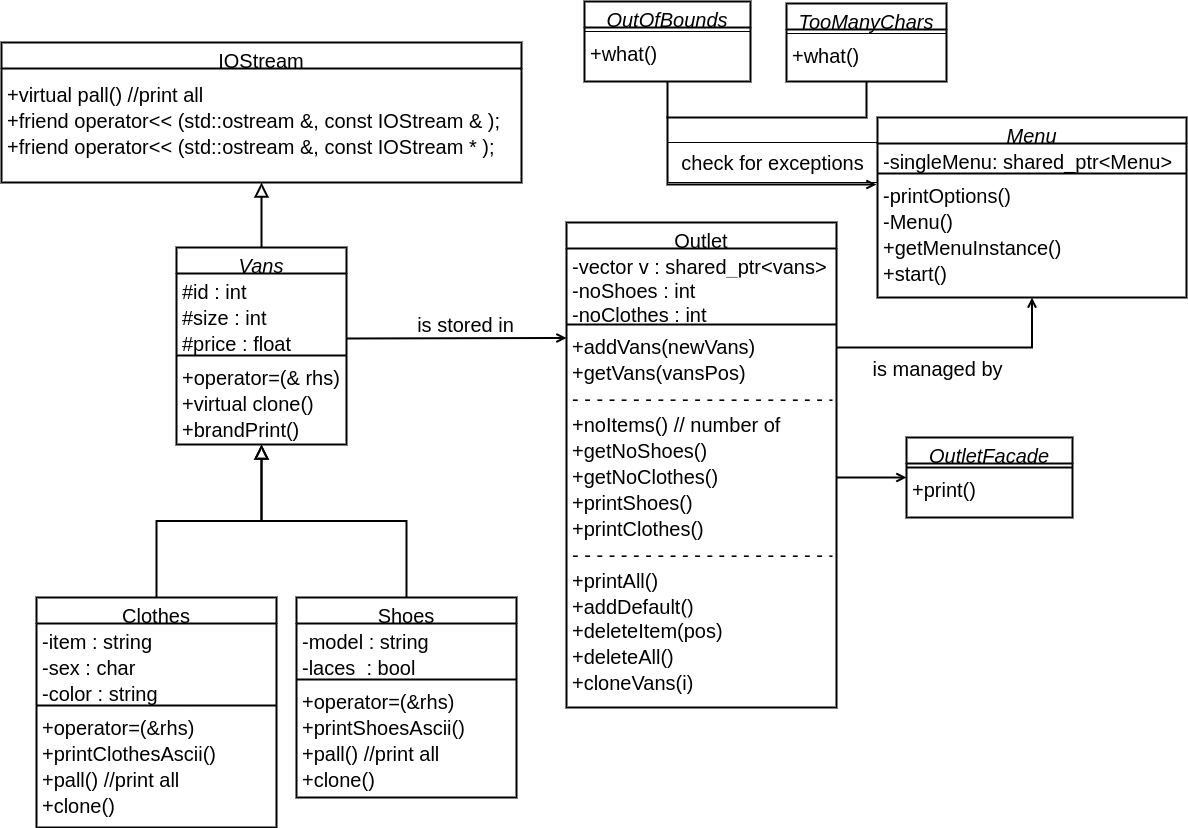
Above: UMLdiagram.drawio.png in mircea-mihail/vansing-OOP (draw.io), before the change. Source tidied: cells renumbered, new cells last; positions are measured from the earlier drawing's top-left corner, leaving out a move shared by most shapes.
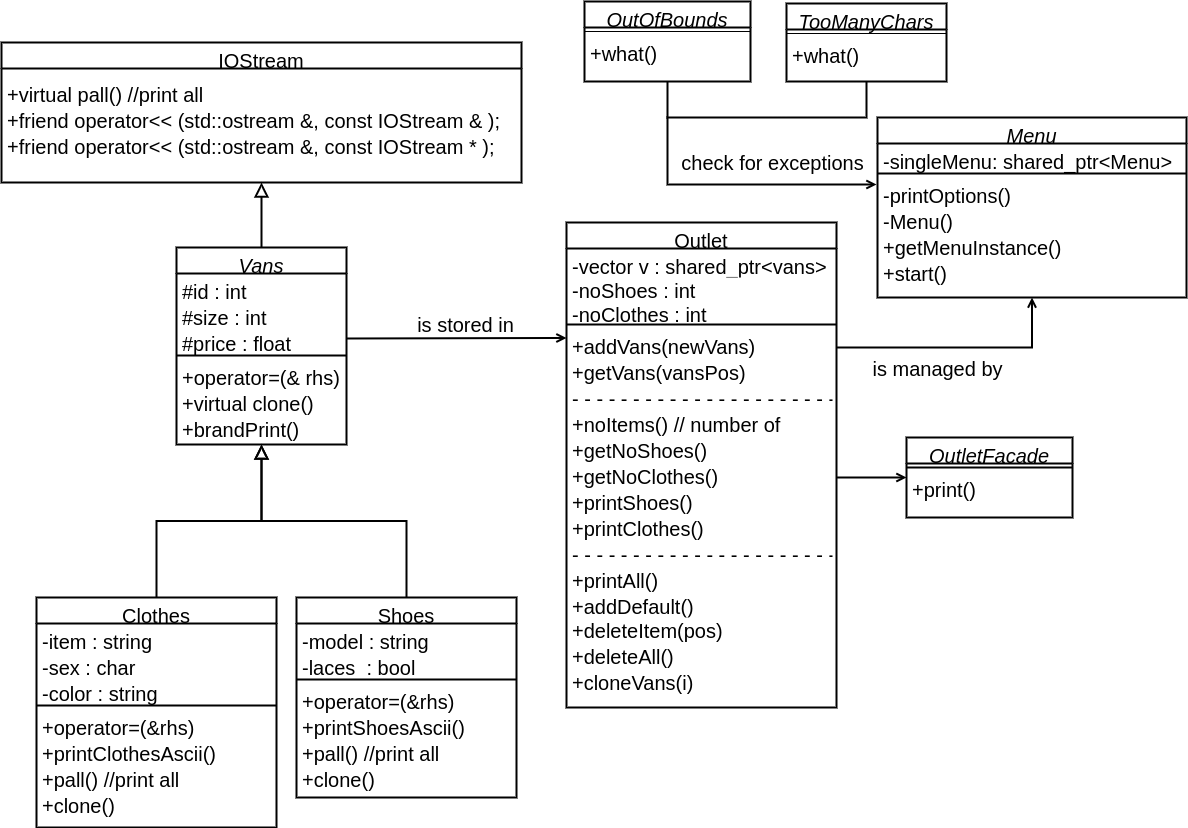
Above is the later version.

Change to the diagram source:
```diff
@@ -213,7 +213,7 @@
         <mxPoint x="-40" y="32" as="offset" />
       </mxGeometry>
     </mxCell>
-    <mxCell id="66" value="check for exceptions" style="text;html=1;align=center;verticalAlign=middle;strokeColor=#000000;fillColor=none;fontSize=20;fontColor=#000000;" parent="1" vertex="1">
+    <mxCell id="66" value="check for exceptions" style="text;html=1;align=center;verticalAlign=middle;strokeColor=none;fillColor=none;fontSize=20;fontColor=#000000;" parent="1" vertex="1">
       <mxGeometry x="666" y="141" width="210" height="40" as="geometry" />
     </mxCell>
     <mxCell id="67" value="OutOfBounds" style="swimlane;fontStyle=2;align=center;verticalAlign=top;horizontal=1;startSize=26;rounded=0;shadow=0;strokeWidth=2;fontSize=20;fontColor=#000000;strokeColor=#000000;" parent="1" vertex="1">
```
